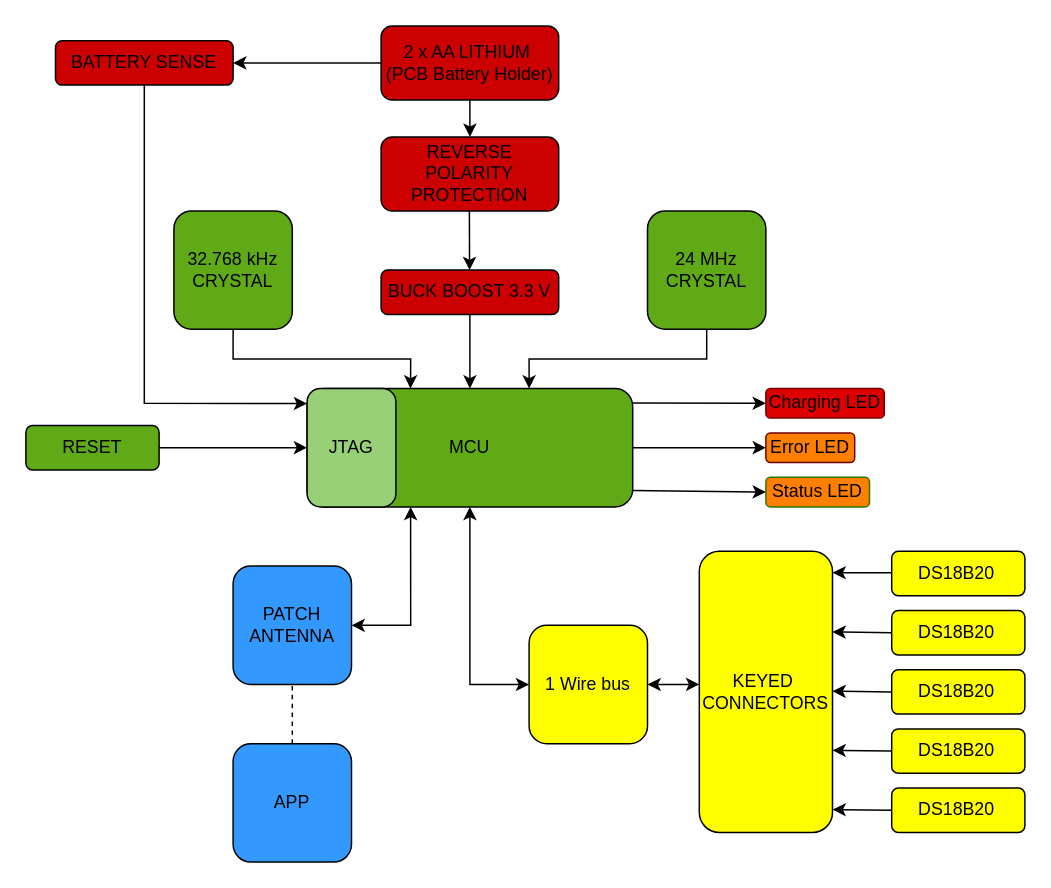
Before: Block_diagram.drawio in garcianeilangelo-crypto/ESE_RADIATOR, a draw.io diagram. Source tidied: cells renumbered, new cells numbered last; positions are measured from the earlier drawing's top-left corner, leaving out a move shared by most shapes. Both pictures are drawn from the tidied source at 148%, with x=0, y=0 at pixel (25, 25).
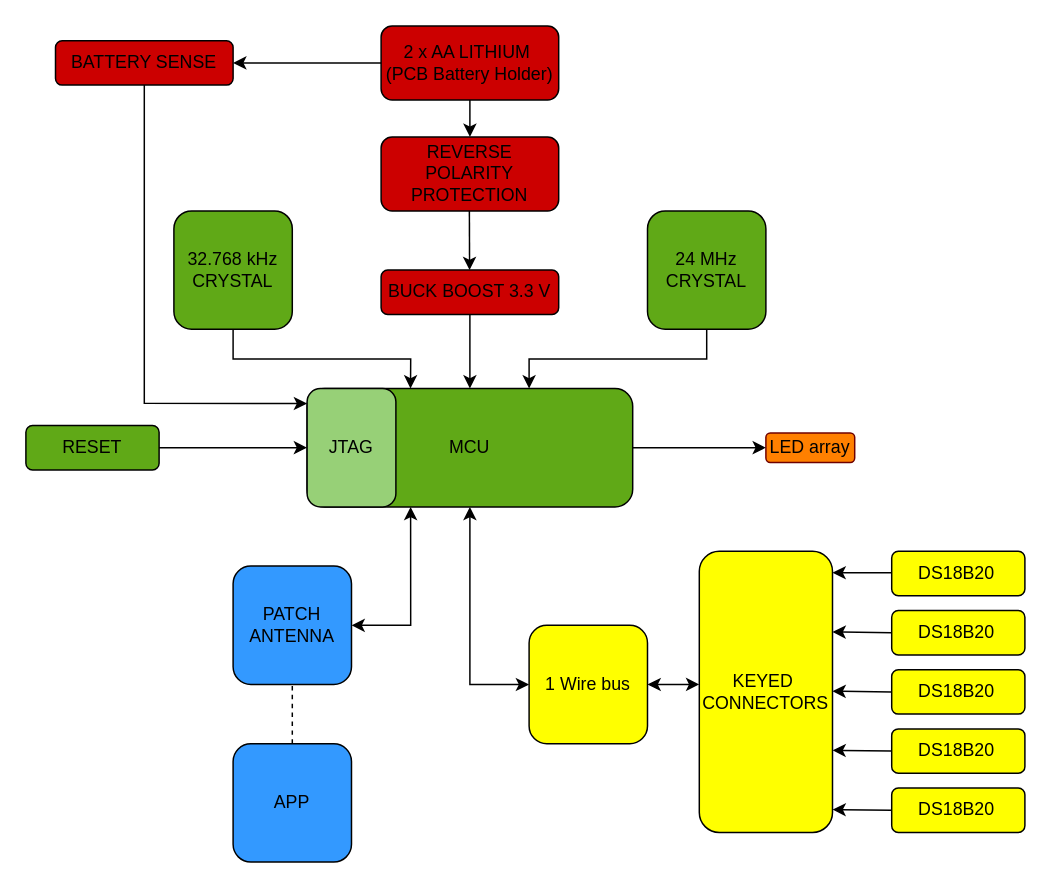
After the change.

The change refers to these unchanged cells:
```xml
<mxCell id="2" value="&lt;span style=&quot;color: light-dark(rgb(0, 0, 0), rgb(0, 0, 0));&quot;&gt;MCU&lt;/span&gt;" style="rounded=1;whiteSpace=wrap;html=1;roundedPerimeter=1;fillColor=#60a917;fontColor=#ffffff;strokeColor=#000000;" parent="1" vertex="1">
  <mxGeometry x="190" y="245" width="220" height="80" as="geometry" />
</mxCell>
```

Diff of the diagram source:
```diff
@@
-    <mxCell id="4" value="&lt;span style=&quot;color: rgb(0, 0, 0);&quot;&gt;Error LED&lt;/span&gt;" style="rounded=1;whiteSpace=wrap;html=1;roundedPerimeter=1;fillColor=#FF8000;fontColor=#ffffff;strokeColor=#6F0000;" parent="1" vertex="1">
+    <mxCell id="4" value="&lt;span style=&quot;color: rgb(0, 0, 0);&quot;&gt;LED array&lt;/span&gt;" style="rounded=1;whiteSpace=wrap;html=1;roundedPerimeter=1;fillColor=#FF8000;fontColor=#ffffff;strokeColor=#6F0000;" parent="1" vertex="1">
       <mxGeometry x="500" y="275" width="60" height="20" as="geometry" />
     </mxCell>
-    <mxCell id="5" value="&lt;span style=&quot;color: rgb(0, 0, 0);&quot;&gt;Status LED&lt;/span&gt;" style="rounded=1;whiteSpace=wrap;html=1;roundedPerimeter=1;fillColor=#FF8000;fontColor=#ffffff;strokeColor=#2D7600;" parent="1" vertex="1">
-      <mxGeometry x="500" y="305" width="70" height="20" as="geometry" />
-    </mxCell>
@@
-    <mxCell id="9" value="&lt;span style=&quot;color: rgb(0, 0, 0);&quot;&gt;Charging LED&lt;/span&gt;" style="rounded=1;whiteSpace=wrap;html=1;roundedPerimeter=1;fillColor=#DE0000;fontColor=#ffffff;strokeColor=#6F0000;" parent="1" vertex="1">
-      <mxGeometry x="500" y="245" width="80" height="20" as="geometry" />
-    </mxCell>
@@
-    <mxCell id="28" style="endArrow=classic;html=1;rounded=0;defaultLabelBackgroundColor=page;fillColor=#000000;strokeColor=#000000;entryX=0;entryY=0.5;entryDx=0;entryDy=0;exitX=1;exitY=0.861;exitDx=0;exitDy=0;" parent="1" edge="1" source="2" target="5">
-      <mxGeometry x="-0.02" relative="1" as="geometry" />
-    </mxCell>
@@
-    <mxCell id="35" style="endArrow=classic;html=1;rounded=0;defaultLabelBackgroundColor=page;fillColor=#000000;strokeColor=#000000;entryX=0;entryY=0.5;entryDx=0;entryDy=0;exitX=1;exitY=0.122;exitDx=0;exitDy=0;" parent="1" edge="1" source="2" target="9">
-      <mxGeometry x="0.09" relative="1" as="geometry" />
-    </mxCell>
```
